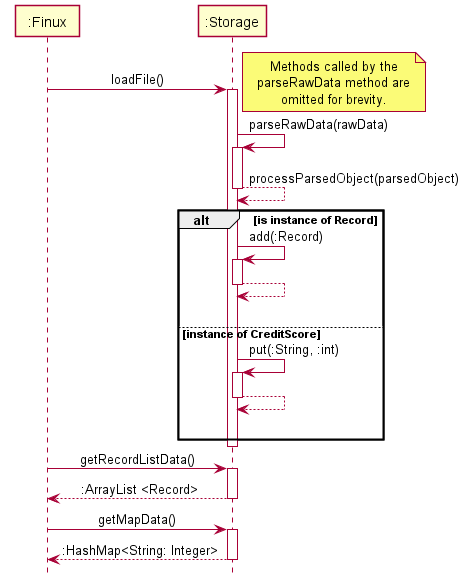
nus-cs2113-AY2021S2/tp keeps this PlantUML diagram as docs/img/StorageSequenceDiagramLoad.png. Above is the earlier version.
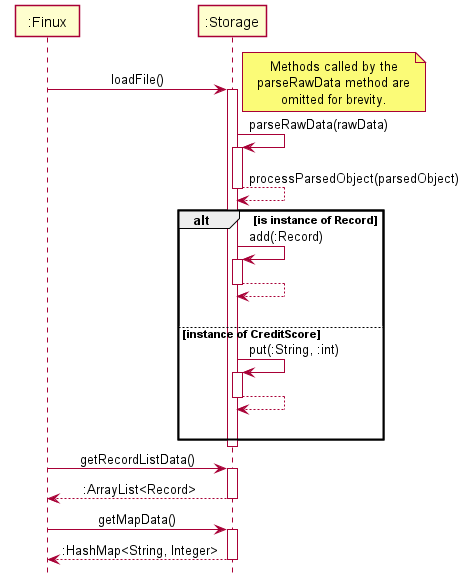
After the change.

The edit, as a diff of the source:
```diff
@@ -33,11 +33,11 @@
 
 Finux -> Storage : getRecordListData()
 activate Storage
-Storage --> Finux : :ArrayList <Record>
+Storage --> Finux : :ArrayList<Record>
 deactivate Storage
 Finux -> Storage : getMapData()
 activate Storage
-Storage --> Finux : :HashMap<String: Integer>
+Storage --> Finux : :HashMap<String, Integer>
 deactivate Storage
 
 @enduml
```
